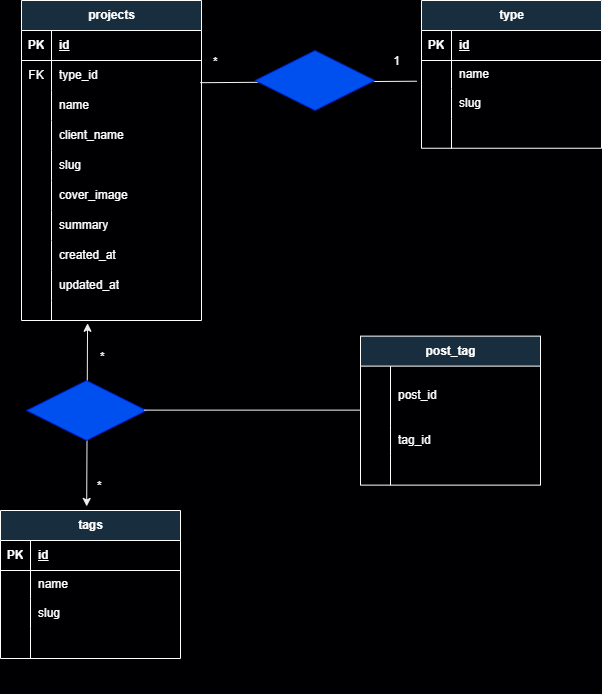
MattiaAngelini/laravel-one-to-many keeps this draw.io diagram as diagrams/Diagram-projects-type-OneToMany.png. Above is the earlier version. Source tidied: cells renumbered, new cells last; positions are measured from the earlier drawing's top-left corner, leaving out a move shared by most shapes.
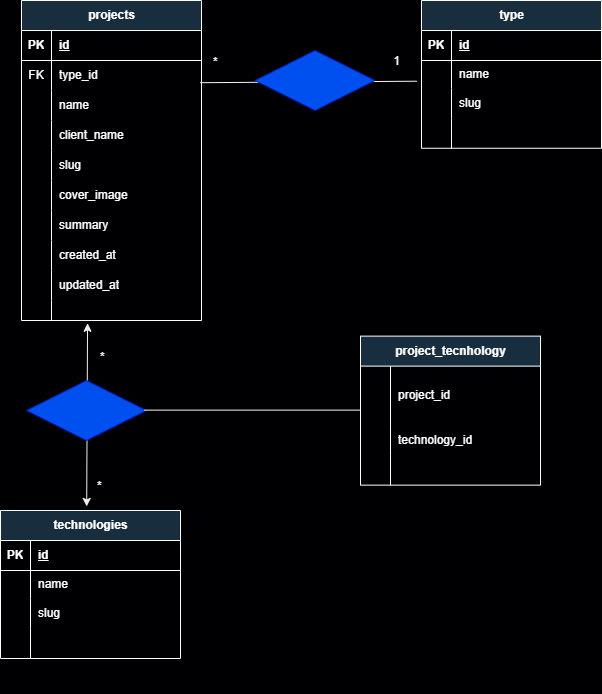
Later version of the same file.

Diff of the diagram source:
```diff
@@ -184,7 +184,7 @@
         <mxPoint x="-102" y="283" as="offset" />
       </mxGeometry>
     </mxCell>
-    <mxCell id="57" value="post_tag" style="shape=table;startSize=30;rowLines=0;fontStyle=1;align=center;html=1;labelBackgroundColor=none;fillColor=#182E3E;strokeColor=#FFFFFF;fontColor=#FFFFFF;" parent="1" vertex="1">
+    <mxCell id="57" value="project_tecnhology" style="shape=table;startSize=30;rowLines=0;fontStyle=1;align=center;html=1;labelBackgroundColor=none;fillColor=#182E3E;strokeColor=#FFFFFF;fontColor=#FFFFFF;" parent="1" vertex="1">
       <mxGeometry x="360" y="335.6" width="180" height="149" as="geometry" />
     </mxCell>
     <mxCell id="58" style="shape=tableRow;horizontal=0;startSize=0;swimlaneHead=0;swimlaneBody=0;fillColor=none;top=0;left=0;right=0;bottom=0;labelBackgroundColor=none;strokeColor=#FFFFFF;fontColor=#FFFFFF;" parent="57" vertex="1">
@@ -193,7 +193,7 @@
     <mxCell id="59" style="shape=partialRectangle;fillColor=none;top=0;left=0;bottom=0;right=0;overflow=hidden;whiteSpace=wrap;html=1;labelBackgroundColor=none;strokeColor=#FFFFFF;fontColor=#FFFFFF;" parent="58" vertex="1">
       <mxGeometry width="30" height="59" as="geometry" />
     </mxCell>
-    <mxCell id="60" value="post_id" style="shape=partialRectangle;fillColor=none;top=0;left=0;bottom=0;right=0;align=left;spacingLeft=6;overflow=hidden;whiteSpace=wrap;html=1;labelBackgroundColor=none;strokeColor=#FFFFFF;fontColor=#FFFFFF;" parent="58" vertex="1">
+    <mxCell id="60" value="project_id" style="shape=partialRectangle;fillColor=none;top=0;left=0;bottom=0;right=0;align=left;spacingLeft=6;overflow=hidden;whiteSpace=wrap;html=1;labelBackgroundColor=none;strokeColor=#FFFFFF;fontColor=#FFFFFF;" parent="58" vertex="1">
       <mxGeometry x="30" width="150" height="59" as="geometry" />
     </mxCell>
     <mxCell id="61" style="shape=tableRow;horizontal=0;startSize=0;swimlaneHead=0;swimlaneBody=0;fillColor=none;top=0;left=0;right=0;bottom=0;labelBackgroundColor=none;strokeColor=#FFFFFF;fontColor=#FFFFFF;" parent="57" vertex="1">
@@ -202,7 +202,7 @@
     <mxCell id="62" style="shape=partialRectangle;fillColor=none;top=0;left=0;bottom=0;right=0;overflow=hidden;whiteSpace=wrap;html=1;labelBackgroundColor=none;strokeColor=#FFFFFF;fontColor=#FFFFFF;" parent="61" vertex="1">
       <mxGeometry width="30" height="30" as="geometry" />
     </mxCell>
-    <mxCell id="63" value="tag_id" style="shape=partialRectangle;fillColor=none;top=0;left=0;bottom=0;right=0;align=left;spacingLeft=6;overflow=hidden;whiteSpace=wrap;html=1;labelBackgroundColor=none;strokeColor=#FFFFFF;fontColor=#FFFFFF;" parent="61" vertex="1">
+    <mxCell id="63" value="technology_id" style="shape=partialRectangle;fillColor=none;top=0;left=0;bottom=0;right=0;align=left;spacingLeft=6;overflow=hidden;whiteSpace=wrap;html=1;labelBackgroundColor=none;strokeColor=#FFFFFF;fontColor=#FFFFFF;" parent="61" vertex="1">
       <mxGeometry x="30" width="150" height="30" as="geometry" />
     </mxCell>
     <mxCell id="64" style="shape=tableRow;horizontal=0;startSize=0;swimlaneHead=0;swimlaneBody=0;fillColor=none;top=0;left=0;right=0;bottom=0;labelBackgroundColor=none;strokeColor=#FFFFFF;fontColor=#FFFFFF;" parent="57" vertex="1">
@@ -214,7 +214,7 @@
     <mxCell id="66" style="shape=partialRectangle;fillColor=none;top=0;left=0;bottom=0;right=0;align=left;spacingLeft=6;overflow=hidden;whiteSpace=wrap;html=1;labelBackgroundColor=none;strokeColor=#FFFFFF;fontColor=#FFFFFF;" parent="64" vertex="1">
       <mxGeometry x="30" width="150" height="30" as="geometry" />
     </mxCell>
-    <mxCell id="67" value="tags" style="shape=table;startSize=30;rowLines=0;fontStyle=1;align=center;html=1;labelBackgroundColor=none;fillColor=#182E3E;strokeColor=#FFFFFF;fontColor=#FFFFFF;" parent="1" vertex="1">
+    <mxCell id="67" value="technologies" style="shape=table;startSize=30;rowLines=0;fontStyle=1;align=center;html=1;labelBackgroundColor=none;fillColor=#182E3E;strokeColor=#FFFFFF;fontColor=#FFFFFF;" parent="1" vertex="1">
       <mxGeometry y="510" width="180" height="148" as="geometry" />
     </mxCell>
     <mxCell id="68" style="shape=tableRow;horizontal=0;startSize=0;swimlaneHead=0;swimlaneBody=0;fillColor=none;top=0;left=0;right=0;bottom=1;labelBackgroundColor=none;strokeColor=#FFFFFF;fontColor=#FFFFFF;" parent="67" vertex="1">
```
